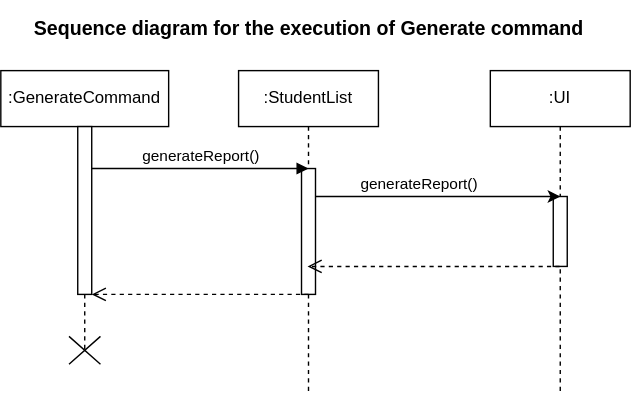
Above: docs/UML_Diagrams/GenerateCommandSequence.drawio.svg in paulktham/tp (draw.io), before the change. Source tidied: cells renumbered, new cells last; positions are measured from the earlier drawing's top-left corner, leaving out a move shared by most shapes. Its diagram source:
```xml
<mxGraphModel background="#ffffff">
  <root>
    <mxCell id="0" />
    <mxCell id="1" parent="0" />
    <mxCell id="2" value=":GenerateCommand" style="shape=umlLifeline;perimeter=lifelinePerimeter;whiteSpace=wrap;html=1;newEdgeStyle={&quot;curved&quot;:0,&quot;rounded&quot;:0};" parent="1" vertex="1">
      <mxGeometry y="50" width="120" height="200" as="geometry" />
    </mxCell>
    <mxCell id="3" style="shape=umlDestroy;whiteSpace=wrap;html=1;strokeWidth=1;targetShapes=umlLifeline;strokeColor=default;fillColor=default;" parent="2" vertex="1">
      <mxGeometry x="48.8" y="190" width="22.5" height="20" as="geometry" />
    </mxCell>
    <mxCell id="4" value=":StudentList" style="shape=umlLifeline;perimeter=lifelinePerimeter;whiteSpace=wrap;html=1;newEdgeStyle={&quot;curved&quot;:0,&quot;rounded&quot;:0};" parent="1" vertex="1">
      <mxGeometry x="170" y="50" width="100" height="230" as="geometry" />
    </mxCell>
    <mxCell id="5" style="html=1;points=[[0,0,0,0,5],[0,1,0,0,-5],[1,0,0,0,5],[1,1,0,0,-5]];perimeter=orthogonalPerimeter;outlineConnect=0;targetShapes=umlLifeline;portConstraint=eastwest;newEdgeStyle={&quot;curved&quot;:0,&quot;rounded&quot;:0};" parent="4" vertex="1">
      <mxGeometry x="45" y="70" width="10" height="90" as="geometry" />
    </mxCell>
    <mxCell id="6" value=":UI" style="shape=umlLifeline;perimeter=lifelinePerimeter;whiteSpace=wrap;html=1;newEdgeStyle={&quot;curved&quot;:0,&quot;rounded&quot;:0};" parent="1" vertex="1">
      <mxGeometry x="350" y="50" width="100" height="230" as="geometry" />
    </mxCell>
    <mxCell id="7" style="rounded=0;whiteSpace=wrap;html=1;" parent="1" vertex="1">
      <mxGeometry x="395" y="140" width="10" height="50" as="geometry" />
    </mxCell>
    <mxCell id="8" style="html=1;verticalAlign=bottom;endArrow=open;dashed=1;endSize=8;curved=0;rounded=0;" parent="1" edge="1">
      <mxGeometry relative="1" as="geometry">
        <mxPoint x="399.5" y="190" as="sourcePoint" />
        <mxPoint x="219.3" y="190" as="targetPoint" />
        <Array as="points">
          <mxPoint x="330" y="190" />
        </Array>
      </mxGeometry>
    </mxCell>
    <mxCell id="9" value="generateReport()" style="html=1;verticalAlign=bottom;endArrow=block;curved=0;rounded=0;" parent="1" edge="1">
      <mxGeometry relative="1" as="geometry">
        <mxPoint x="65" y="120" as="sourcePoint" />
        <mxPoint x="220" y="120" as="targetPoint" />
      </mxGeometry>
    </mxCell>
    <mxCell id="10" value="Sequence diagram for the execution of Generate command" style="text;strokeColor=none;fillColor=none;html=1;fontSize=14;fontStyle=1;verticalAlign=middle;align=center;" parent="1" vertex="1">
      <mxGeometry x="25" width="390" height="40" as="geometry" />
    </mxCell>
    <mxCell id="11" style="html=1;perimeter=orthogonalPerimeter;targetShapes=umlLifeline;newEdgeStyle={&quot;curved&quot;:0,&quot;rounded&quot;:0};" parent="1" vertex="1">
      <mxGeometry x="55" y="90" width="10" height="120" as="geometry" />
    </mxCell>
    <mxCell id="12" style="html=1;verticalAlign=bottom;endArrow=open;dashed=1;endSize=8;curved=0;rounded=0;" parent="1" edge="1">
      <mxGeometry relative="1" as="geometry">
        <mxPoint x="220" y="210" as="sourcePoint" />
        <mxPoint x="65" y="210" as="targetPoint" />
      </mxGeometry>
    </mxCell>
    <mxCell id="13" style="endArrow=classic;html=1;rounded=0;" parent="1" edge="1">
      <mxGeometry relative="1" as="geometry">
        <mxPoint x="225" y="140" as="sourcePoint" />
        <mxPoint x="400" y="140" as="targetPoint" />
        <Array as="points">
          <mxPoint x="335" y="140" />
        </Array>
      </mxGeometry>
    </mxCell>
    <mxCell id="14" value="generateReport()" style="edgeLabel;html=1;align=center;verticalAlign=middle;" parent="13" vertex="1">
      <mxGeometry x="-0.08" y="-1" relative="1" as="geometry">
        <mxPoint x="-7" y="-11" as="offset" />
      </mxGeometry>
    </mxCell>
  </root>
</mxGraphModel>
```
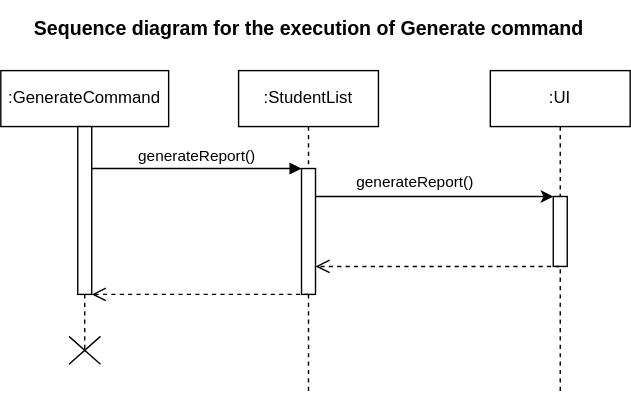
Later version of the same file.

Commit message:
Adjust GenerateCommand sequence diagram arrowheads

The edit, as a diff of the source:
```diff
@@ -20,19 +20,17 @@
     <mxCell id="7" style="rounded=0;whiteSpace=wrap;html=1;" parent="1" vertex="1">
       <mxGeometry x="395" y="140" width="10" height="50" as="geometry" />
     </mxCell>
-    <mxCell id="8" style="html=1;verticalAlign=bottom;endArrow=open;dashed=1;endSize=8;curved=0;rounded=0;" parent="1" edge="1">
+    <mxCell id="8" style="html=1;verticalAlign=bottom;endArrow=open;dashed=1;endSize=8;curved=0;rounded=0;" parent="1" edge="1" target="5">
       <mxGeometry relative="1" as="geometry">
         <mxPoint x="399.5" y="190" as="sourcePoint" />
-        <mxPoint x="219.3" y="190" as="targetPoint" />
         <Array as="points">
           <mxPoint x="330" y="190" />
         </Array>
       </mxGeometry>
     </mxCell>
-    <mxCell id="9" value="generateReport()" style="html=1;verticalAlign=bottom;endArrow=block;curved=0;rounded=0;" parent="1" edge="1">
+    <mxCell id="9" value="generateReport()" style="html=1;verticalAlign=bottom;endArrow=block;curved=0;rounded=0;" parent="1" edge="1" target="5">
       <mxGeometry relative="1" as="geometry">
         <mxPoint x="65" y="120" as="sourcePoint" />
-        <mxPoint x="220" y="120" as="targetPoint" />
       </mxGeometry>
     </mxCell>
     <mxCell id="10" value="Sequence diagram for the execution of Generate command" style="text;strokeColor=none;fillColor=none;html=1;fontSize=14;fontStyle=1;verticalAlign=middle;align=center;" parent="1" vertex="1">
@@ -47,16 +45,14 @@
         <mxPoint x="65" y="210" as="targetPoint" />
       </mxGeometry>
     </mxCell>
-    <mxCell id="13" style="endArrow=classic;html=1;rounded=0;" parent="1" edge="1">
-      <mxGeometry relative="1" as="geometry">
-        <mxPoint x="225" y="140" as="sourcePoint" />
-        <mxPoint x="400" y="140" as="targetPoint" />
-        <Array as="points">
-          <mxPoint x="335" y="140" />
-        </Array>
-      </mxGeometry>
-    </mxCell>
+    <mxCell id="15" style="endArrow=classic;html=1;rounded=0;entryX=0;entryY=0;entryDx=0;entryDy=0;" parent="1" edge="1" source="5" target="7">
+      <mxGeometry relative="1" as="geometry">
+        <Array as="points">
+          <mxPoint x="340" y="140" />
+        </Array>
+      </mxGeometry>
+    </mxCell>
-    <mxCell id="14" value="generateReport()" style="edgeLabel;html=1;align=center;verticalAlign=middle;" parent="13" vertex="1">
+    <mxCell id="14" value="generateReport()" style="edgeLabel;html=1;align=center;verticalAlign=middle;" parent="15" vertex="1">
       <mxGeometry x="-0.08" y="-1" relative="1" as="geometry">
         <mxPoint x="-7" y="-11" as="offset" />
       </mxGeometry>
```
